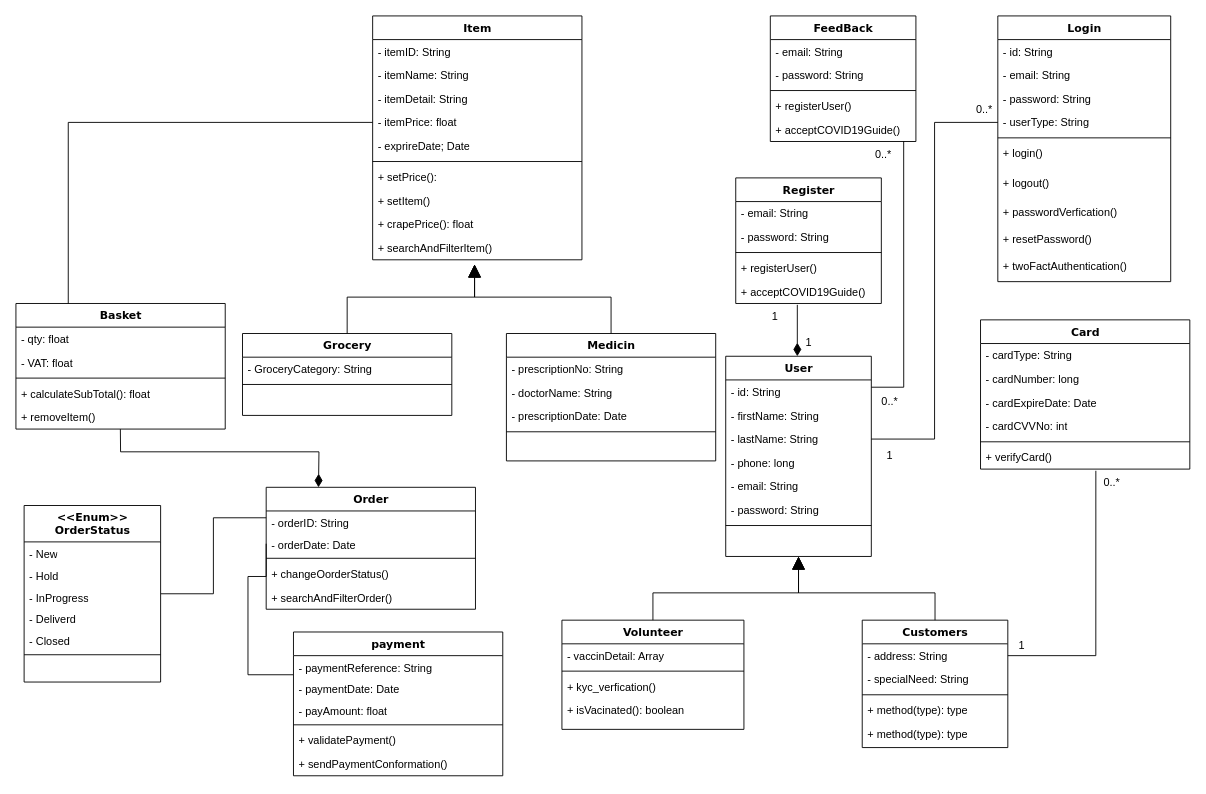
The draw.io diagram Soft40091 CWK - Class Diagram.drawio in AnjeloM/AnjeloM, before the edit. Source tidied: cells renumbered, new cells numbered last; positions are measured from the earlier drawing's top-left corner, leaving out a move shared by most shapes. Both pictures are drawn from the tidied source at 91%, with x=0, y=0 at pixel (15, 15).
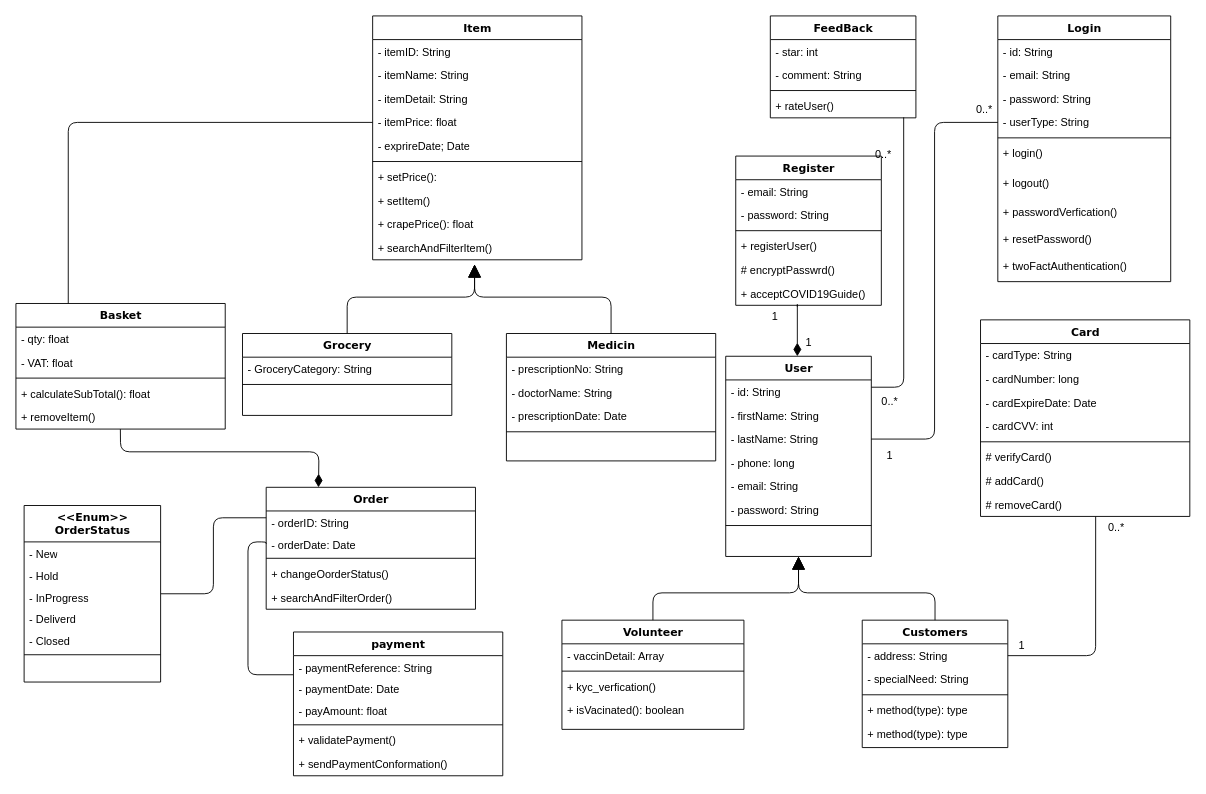
The same page after the edit.

Unchanged cells that the change refers to:
```xml
<mxCell id="2" value="User" style="swimlane;html=1;fontStyle=1;align=center;verticalAlign=top;horizontal=1;startSize=26;swimlaneFillColor=#ffffff;rounded=0;shadow=0;comic=0;labelBackgroundColor=none;strokeWidth=1;fillColor=none;fontFamily=Verdana;fontSize=12;" parent="1" vertex="1">
  <mxGeometry x="780" y="374" width="160" height="220" as="geometry" />
</mxCell>
<mxCell id="5" value="- lastName: String" style="text;html=1;strokeColor=none;fillColor=none;align=left;verticalAlign=top;spacingLeft=4;spacingRight=4;whiteSpace=wrap;overflow=hidden;points=[[0,0.5],[1,0.5]];portConstraint=eastwest;" parent="2" vertex="1">
  <mxGeometry y="78" width="160" height="26" as="geometry" />
</mxCell>
<mxCell id="11" value="Customers" style="swimlane;html=1;fontStyle=1;align=center;verticalAlign=top;horizontal=1;startSize=26;swimlaneFillColor=#ffffff;rounded=0;shadow=0;comic=0;labelBackgroundColor=none;strokeWidth=1;fillColor=none;fontFamily=Verdana;fontSize=12;" parent="1" vertex="1">
  <mxGeometry x="930" y="664" width="160" height="140" as="geometry" />
</mxCell>
<mxCell id="12" value="- address: String" style="text;html=1;strokeColor=none;fillColor=none;align=left;verticalAlign=top;spacingLeft=4;spacingRight=4;whiteSpace=wrap;overflow=hidden;points=[[0,0.5],[1,0.5]];portConstraint=eastwest;" parent="11" vertex="1">
  <mxGeometry y="26" width="160" height="26" as="geometry" />
</mxCell>
<mxCell id="21" value="- userType: String" style="text;html=1;strokeColor=none;fillColor=none;align=left;verticalAlign=top;spacingLeft=4;spacingRight=4;whiteSpace=wrap;overflow=hidden;points=[[0,0.5],[1,0.5]];portConstraint=eastwest;" parent="17" vertex="1">
  <mxGeometry y="104" width="190" height="26" as="geometry" />
</mxCell>
<mxCell id="29" value="Volunteer" style="swimlane;html=1;fontStyle=1;align=center;verticalAlign=top;horizontal=1;startSize=26;swimlaneFillColor=#ffffff;rounded=0;shadow=0;comic=0;labelBackgroundColor=none;strokeWidth=1;fillColor=none;fontFamily=Verdana;fontSize=12;" parent="1" vertex="1">
  <mxGeometry x="600" y="664" width="200" height="120" as="geometry" />
</mxCell>
<mxCell id="52" value="- itemPrice: float" style="text;html=1;strokeColor=none;fillColor=none;align=left;verticalAlign=top;spacingLeft=4;spacingRight=4;whiteSpace=wrap;overflow=hidden;points=[[0,0.5],[1,0.5]];portConstraint=eastwest;" parent="48" vertex="1">
  <mxGeometry y="104" width="230" height="26" as="geometry" />
</mxCell>
<mxCell id="60" value="Medicin" style="swimlane;html=1;fontStyle=1;align=center;verticalAlign=top;horizontal=1;startSize=26;swimlaneFillColor=#ffffff;rounded=0;shadow=0;comic=0;labelBackgroundColor=none;strokeWidth=1;fillColor=none;fontFamily=Verdana;fontSize=12;" parent="1" vertex="1">
  <mxGeometry x="539" y="349" width="230" height="140" as="geometry" />
</mxCell>
<mxCell id="66" value="Grocery" style="swimlane;html=1;fontStyle=1;align=center;verticalAlign=top;horizontal=1;startSize=26;swimlaneFillColor=#ffffff;rounded=0;shadow=0;comic=0;labelBackgroundColor=none;strokeWidth=1;fillColor=none;fontFamily=Verdana;fontSize=12;" parent="1" vertex="1">
  <mxGeometry x="249" y="349" width="230" height="90" as="geometry" />
</mxCell>
<mxCell id="71" value="Basket" style="swimlane;html=1;fontStyle=1;align=center;verticalAlign=top;horizontal=1;startSize=26;swimlaneFillColor=#ffffff;rounded=0;shadow=0;comic=0;labelBackgroundColor=none;strokeWidth=1;fillColor=none;fontFamily=Verdana;fontSize=12;" parent="1" vertex="1">
  <mxGeometry y="316" width="230" height="138" as="geometry" />
</mxCell>
<mxCell id="76" value="+ removeItem()" style="text;html=1;strokeColor=none;fillColor=none;align=left;verticalAlign=top;spacingLeft=4;spacingRight=4;whiteSpace=wrap;overflow=hidden;points=[[0,0.5],[1,0.5]];portConstraint=eastwest;" parent="71" vertex="1">
  <mxGeometry y="112" width="230" height="26" as="geometry" />
</mxCell>
<mxCell id="77" value="Order" style="swimlane;html=1;fontStyle=1;align=center;verticalAlign=top;horizontal=1;startSize=26;swimlaneFillColor=#ffffff;rounded=0;shadow=0;comic=0;labelBackgroundColor=none;strokeWidth=1;fillColor=none;fontFamily=Verdana;fontSize=12;" parent="1" vertex="1">
  <mxGeometry x="275" y="518" width="230" height="134" as="geometry" />
</mxCell>
<mxCell id="79" value="- orderDate: Date" style="text;html=1;strokeColor=none;fillColor=none;align=left;verticalAlign=top;spacingLeft=4;spacingRight=4;whiteSpace=wrap;overflow=hidden;points=[[0,0.5],[1,0.5]];portConstraint=eastwest;" parent="77" vertex="1">
  <mxGeometry y="50" width="230" height="24" as="geometry" />
</mxCell>
<mxCell id="85" value="&amp;lt;&amp;lt;Enum&amp;gt;&amp;gt;&lt;div&gt;OrderStatus&lt;/div&gt;" style="swimlane;html=1;fontStyle=1;align=center;verticalAlign=top;horizontal=1;startSize=40;swimlaneFillColor=#ffffff;rounded=0;shadow=0;comic=0;labelBackgroundColor=none;strokeWidth=1;fillColor=none;fontFamily=Verdana;fontSize=12;" parent="1" vertex="1">
  <mxGeometry x="9" y="538" width="150" height="194" as="geometry" />
</mxCell>
<mxCell id="94" value="payment" style="swimlane;html=1;fontStyle=1;align=center;verticalAlign=top;horizontal=1;startSize=26;swimlaneFillColor=#ffffff;rounded=0;shadow=0;comic=0;labelBackgroundColor=none;strokeWidth=1;fillColor=none;fontFamily=Verdana;fontSize=12;" parent="1" vertex="1">
  <mxGeometry x="305" y="677" width="230" height="158" as="geometry" />
</mxCell>
```

The edit, as a diff of the source:
```diff
@@
-    <mxCell id="10" style="edgeStyle=orthogonalEdgeStyle;rounded=0;jettySize=auto;html=1;entryX=0.5;entryY=1;entryDx=0;entryDy=0;endSize=12;startSize=12;endArrow=block;endFill=1;" parent="1" edge="1" source="11" target="2">
+    <mxCell id="10" style="edgeStyle=orthogonalEdgeStyle;rounded=1;jettySize=auto;html=1;entryX=0.5;entryY=1;entryDx=0;entryDy=0;endSize=12;startSize=12;endArrow=block;endFill=1;curved=0;" parent="1" edge="1" source="11" target="2">
       <mxGeometry relative="1" as="geometry" />
     </mxCell>
@@
-    <mxCell id="28" style="edgeStyle=orthogonalEdgeStyle;rounded=0;jettySize=auto;html=1;entryX=0.5;entryY=1;entryDx=0;entryDy=0;endSize=12;startSize=12;endArrow=block;endFill=1;" parent="1" edge="1" source="29" target="2">
+    <mxCell id="28" style="edgeStyle=orthogonalEdgeStyle;rounded=1;jettySize=auto;html=1;entryX=0.5;entryY=1;entryDx=0;entryDy=0;endSize=12;startSize=12;endArrow=block;endFill=1;curved=0;" parent="1" edge="1" source="29" target="2">
       <mxGeometry relative="1" as="geometry" />
     </mxCell>
@@
     <mxCell id="34" value="Card" style="swimlane;html=1;fontStyle=1;align=center;verticalAlign=top;horizontal=1;startSize=26;swimlaneFillColor=#ffffff;rounded=0;shadow=0;comic=0;labelBackgroundColor=none;strokeWidth=1;fillColor=none;fontFamily=Verdana;fontSize=12;" parent="1" vertex="1">
-      <mxGeometry x="1060" y="334" width="230" height="164" as="geometry" />
+      <mxGeometry x="1060" y="334" width="230" height="216" as="geometry" />
     </mxCell>
@@
-    <mxCell id="38" value="- cardCVVNo: int" style="text;html=1;strokeColor=none;fillColor=none;align=left;verticalAlign=top;spacingLeft=4;spacingRight=4;whiteSpace=wrap;overflow=hidden;" parent="34" vertex="1">
+    <mxCell id="38" value="- cardCVV: int" style="text;html=1;strokeColor=none;fillColor=none;align=left;verticalAlign=top;spacingLeft=4;spacingRight=4;whiteSpace=wrap;overflow=hidden;" parent="34" vertex="1">
       <mxGeometry y="104" width="230" height="26" as="geometry" />
     </mxCell>
@@
-    <mxCell id="40" value="+ verifyCard()" style="text;html=1;strokeColor=none;fillColor=none;align=left;verticalAlign=top;spacingLeft=4;spacingRight=4;whiteSpace=wrap;overflow=hidden;points=[[0,0.5],[1,0.5]];portConstraint=eastwest;" parent="34" vertex="1">
+    <mxCell id="40" value="# verifyCard()" style="text;html=1;strokeColor=none;fillColor=none;align=left;verticalAlign=top;spacingLeft=4;spacingRight=4;whiteSpace=wrap;overflow=hidden;points=[[0,0.5],[1,0.5]];portConstraint=eastwest;" parent="34" vertex="1">
       <mxGeometry y="138" width="230" height="26" as="geometry" />
     </mxCell>
+    <mxCell id="119" value="# addCard()" style="text;html=1;strokeColor=none;fillColor=none;align=left;verticalAlign=top;spacingLeft=4;spacingRight=4;whiteSpace=wrap;overflow=hidden;" parent="34" vertex="1">
+      <mxGeometry y="164" width="230" height="26" as="geometry" />
+    </mxCell>
+    <mxCell id="120" value="# removeCard()" style="text;html=1;strokeColor=none;fillColor=none;align=left;verticalAlign=top;spacingLeft=4;spacingRight=4;whiteSpace=wrap;overflow=hidden;" parent="34" vertex="1">
+      <mxGeometry y="190" width="230" height="26" as="geometry" />
+    </mxCell>
     <mxCell id="41" value="Register" style="swimlane;html=1;fontStyle=1;align=center;verticalAlign=top;horizontal=1;startSize=26;swimlaneFillColor=#ffffff;rounded=0;shadow=0;comic=0;labelBackgroundColor=none;strokeWidth=1;fillColor=none;fontFamily=Verdana;fontSize=12;" parent="1" vertex="1">
-      <mxGeometry x="791" y="178" width="160" height="138" as="geometry" />
+      <mxGeometry x="791" y="154" width="160" height="164" as="geometry" />
     </mxCell>
@@
+    <mxCell id="121" value="# encryptPasswrd()" style="text;html=1;strokeColor=none;fillColor=none;align=left;verticalAlign=top;spacingLeft=4;spacingRight=4;whiteSpace=wrap;overflow=hidden;" parent="41" vertex="1">
+      <mxGeometry y="112" width="160" height="26" as="geometry" />
+    </mxCell>
     <mxCell id="46" value="+ acceptCOVID19Guide()" style="text;html=1;strokeColor=none;fillColor=none;align=left;verticalAlign=top;spacingLeft=4;spacingRight=4;whiteSpace=wrap;overflow=hidden;points=[[0,0.5],[1,0.5]];portConstraint=eastwest;" parent="41" vertex="1">
-      <mxGeometry y="112" width="160" height="26" as="geometry" />
+      <mxGeometry y="138" width="160" height="26" as="geometry" />
     </mxCell>
-    <mxCell id="47" style="edgeStyle=orthogonalEdgeStyle;rounded=0;jettySize=auto;html=1;entryX=0.551;entryY=1.071;entryDx=0;entryDy=0;entryPerimeter=0;endArrow=none;endFill=0;startSize=12;endSize=12;startArrow=none;startFill=0;" parent="1" edge="1" source="12" target="40">
+    <mxCell id="47" style="edgeStyle=orthogonalEdgeStyle;rounded=1;jettySize=auto;html=1;endArrow=none;endFill=0;startSize=12;endSize=12;startArrow=none;startFill=0;curved=0;entryX=-0.062;entryY=0.073;entryDx=0;entryDy=0;entryPerimeter=0;" parent="1" edge="1" source="12" target="118">
       <mxGeometry relative="1" as="geometry">
         <Array as="points">
           <mxPoint x="1187" y="703" />
         </Array>
       </mxGeometry>
     </mxCell>
@@
-    <mxCell id="59" style="edgeStyle=orthogonalEdgeStyle;rounded=0;jettySize=auto;html=1;entryX=0.5;entryY=1;entryDx=0;entryDy=0;endSize=12;startSize=12;endArrow=block;endFill=1;" parent="1" edge="1" source="60">
+    <mxCell id="59" style="edgeStyle=orthogonalEdgeStyle;rounded=1;jettySize=auto;html=1;entryX=0.5;entryY=1;entryDx=0;entryDy=0;endSize=12;startSize=12;endArrow=block;endFill=1;curved=0;" parent="1" edge="1" source="60">
       <mxGeometry relative="1" as="geometry">
         <mxPoint x="504" y="273" as="targetPoint" />
         <Array as="points">
           <mxPoint x="654" y="309" />
           <mxPoint x="504" y="309" />
         </Array>
       </mxGeometry>
     </mxCell>
@@
-    <mxCell id="70" style="edgeStyle=orthogonalEdgeStyle;rounded=0;jettySize=auto;html=1;entryX=0.5;entryY=1;entryDx=0;entryDy=0;endSize=12;startSize=12;endArrow=block;endFill=1;" parent="1" edge="1" source="66">
+    <mxCell id="70" style="edgeStyle=orthogonalEdgeStyle;rounded=1;jettySize=auto;html=1;entryX=0.5;entryY=1;entryDx=0;entryDy=0;endSize=12;startSize=12;endArrow=block;endFill=1;curved=0;" parent="1" edge="1" source="66">
       <mxGeometry relative="1" as="geometry">
         <mxPoint x="504" y="273" as="targetPoint" />
         <Array as="points">
           <mxPoint x="364" y="309" />
           <mxPoint x="504" y="309" />
         </Array>
       </mxGeometry>
     </mxCell>
@@
-    <mxCell id="83" style="rounded=0;jettySize=auto;html=1;entryX=0.25;entryY=0;entryDx=0;entryDy=0;endArrow=diamondThin;endFill=1;endSize=12;startSize=12;exitX=0.499;exitY=1.004;exitDx=0;exitDy=0;exitPerimeter=0;" parent="1" edge="1" source="76" target="77">
+    <mxCell id="83" style="rounded=1;jettySize=auto;html=1;entryX=0.25;entryY=0;entryDx=0;entryDy=0;endArrow=diamondThin;endFill=1;endSize=12;startSize=12;exitX=0.499;exitY=1.004;exitDx=0;exitDy=0;exitPerimeter=0;curved=0;" parent="1" edge="1" source="76" target="77">
       <mxGeometry relative="1" as="geometry">
         <Array as="points">
           <mxPoint x="115" y="479" />
           <mxPoint x="333" y="479" />
         </Array>
       </mxGeometry>
     </mxCell>
-    <mxCell id="84" style="edgeStyle=orthogonalEdgeStyle;rounded=0;jettySize=auto;html=1;entryX=0;entryY=0.25;entryDx=0;entryDy=0;endArrow=none;endFill=0;" parent="1" edge="1" source="85" target="77">
+    <mxCell id="84" style="edgeStyle=orthogonalEdgeStyle;rounded=1;jettySize=auto;html=1;entryX=0;entryY=0.25;entryDx=0;entryDy=0;endArrow=none;endFill=0;curved=0;" parent="1" edge="1" source="85" target="77">
       <mxGeometry relative="1" as="geometry" />
     </mxCell>
@@
-    <mxCell id="93" style="edgeStyle=orthogonalEdgeStyle;rounded=0;jettySize=auto;html=1;entryX=0;entryY=0.5;entryDx=0;entryDy=0;endArrow=none;endFill=0;" parent="1" edge="1" source="94" target="79">
+    <mxCell id="93" style="edgeStyle=orthogonalEdgeStyle;rounded=1;jettySize=auto;html=1;entryX=0;entryY=0.5;entryDx=0;entryDy=0;endArrow=none;endFill=0;curved=0;" parent="1" edge="1" source="94" target="79">
       <mxGeometry relative="1" as="geometry">
         <Array as="points">
           <mxPoint x="255" y="724" />
-          <mxPoint x="255" y="616" />
+          <mxPoint x="255" y="578" />
+          <mxPoint x="275" y="578" />
         </Array>
       </mxGeometry>
     </mxCell>
@@
     <mxCell id="101" value="FeedBack" style="swimlane;html=1;fontStyle=1;align=center;verticalAlign=top;horizontal=1;startSize=26;swimlaneFillColor=#ffffff;rounded=0;shadow=0;comic=0;labelBackgroundColor=none;strokeWidth=1;fillColor=none;fontFamily=Verdana;fontSize=12;" parent="1" vertex="1">
-      <mxGeometry x="829" width="160" height="138" as="geometry" />
+      <mxGeometry x="829" width="160" height="112" as="geometry" />
     </mxCell>
-    <mxCell id="102" value="- email: String" style="text;html=1;strokeColor=none;fillColor=none;align=left;verticalAlign=top;spacingLeft=4;spacingRight=4;whiteSpace=wrap;overflow=hidden;" parent="101" vertex="1">
+    <mxCell id="102" value="- star: int" style="text;html=1;strokeColor=none;fillColor=none;align=left;verticalAlign=top;spacingLeft=4;spacingRight=4;whiteSpace=wrap;overflow=hidden;" parent="101" vertex="1">
       <mxGeometry y="26" width="160" height="26" as="geometry" />
     </mxCell>
-    <mxCell id="103" value="- password: String" style="text;html=1;strokeColor=none;fillColor=none;align=left;verticalAlign=top;spacingLeft=4;spacingRight=4;whiteSpace=wrap;overflow=hidden;" parent="101" vertex="1">
+    <mxCell id="103" value="- comment: String" style="text;html=1;strokeColor=none;fillColor=none;align=left;verticalAlign=top;spacingLeft=4;spacingRight=4;whiteSpace=wrap;overflow=hidden;" parent="101" vertex="1">
       <mxGeometry y="52" width="160" height="26" as="geometry" />
     </mxCell>
@@
-    <mxCell id="105" value="+ registerUser()" style="text;html=1;strokeColor=none;fillColor=none;align=left;verticalAlign=top;spacingLeft=4;spacingRight=4;whiteSpace=wrap;overflow=hidden;" parent="101" vertex="1">
-      <mxGeometry y="86" width="160" height="26" as="geometry" />
-    </mxCell>
-    <mxCell id="106" value="+ acceptCOVID19Guide()" style="text;html=1;strokeColor=none;fillColor=none;align=left;verticalAlign=top;spacingLeft=4;spacingRight=4;whiteSpace=wrap;overflow=hidden;points=[[0,0.5],[1,0.5]];portConstraint=eastwest;" parent="101" vertex="1">
-      <mxGeometry y="112" width="160" height="26" as="geometry" />
+    <mxCell id="106" value="+ rateUser()" style="text;html=1;strokeColor=none;fillColor=none;align=left;verticalAlign=top;spacingLeft=4;spacingRight=4;whiteSpace=wrap;overflow=hidden;points=[[0,0.5],[1,0.5]];portConstraint=eastwest;" parent="101" vertex="1">
+      <mxGeometry y="86" width="160" height="26" as="geometry" />
     </mxCell>
-    <mxCell id="107" style="edgeStyle=orthogonalEdgeStyle;rounded=0;jettySize=auto;html=1;entryX=1;entryY=0.5;entryDx=0;entryDy=0;endArrow=none;endFill=0;" parent="1" edge="1" source="21" target="5">
+    <mxCell id="107" style="edgeStyle=orthogonalEdgeStyle;rounded=1;jettySize=auto;html=1;entryX=1;entryY=0.5;entryDx=0;entryDy=0;endArrow=none;endFill=0;curved=0;" parent="1" edge="1" source="21" target="5">
       <mxGeometry relative="1" as="geometry" />
     </mxCell>
-    <mxCell id="108" style="edgeStyle=orthogonalEdgeStyle;rounded=0;jettySize=auto;html=1;entryX=0.916;entryY=0.98;entryDx=0;entryDy=0;entryPerimeter=0;endArrow=none;endFill=0;" parent="1" edge="1" source="2" target="106">
+    <mxCell id="108" style="edgeStyle=orthogonalEdgeStyle;rounded=1;jettySize=auto;html=1;entryX=0.916;entryY=0.98;entryDx=0;entryDy=0;entryPerimeter=0;endArrow=none;endFill=0;curved=0;" parent="1" edge="1" source="2" target="106">
       <mxGeometry relative="1" as="geometry">
         <Array as="points">
           <mxPoint x="976" y="408" />
         </Array>
       </mxGeometry>
     </mxCell>
@@
-    <mxCell id="110" style="edgeStyle=orthogonalEdgeStyle;rounded=0;jettySize=auto;html=1;entryX=0.25;entryY=0;entryDx=0;entryDy=0;endArrow=none;endFill=0;" parent="1" edge="1" source="52" target="71">
+    <mxCell id="110" style="edgeStyle=orthogonalEdgeStyle;rounded=1;jettySize=auto;html=1;entryX=0.25;entryY=0;entryDx=0;entryDy=0;endArrow=none;endFill=0;flowAnimation=0;curved=0;" parent="1" edge="1" source="52" target="71">
       <mxGeometry relative="1" as="geometry" />
     </mxCell>
@@
     <mxCell id="118" value="0..*" style="text;html=1;align=center;verticalAlign=middle;points=[];strokeColor=none;fillColor=none;" parent="1" vertex="1">
-      <mxGeometry x="1184" y="498" width="40" height="30" as="geometry" />
+      <mxGeometry x="1189" y="548" width="40" height="30" as="geometry" />
     </mxCell>
```
